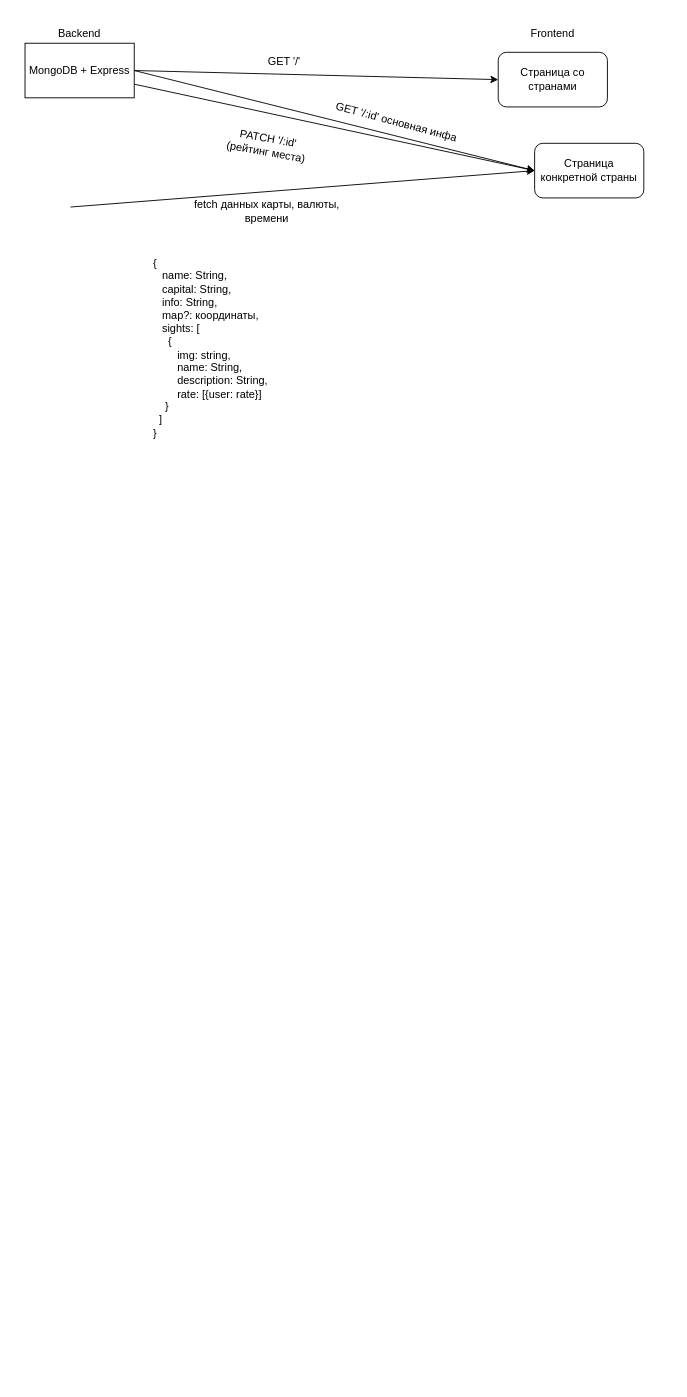
Earlier version of the draw.io diagram Untitled Diagram.drawio (vzabavski/test-backend). Source tidied: cells renumbered, new cells numbered last; positions are measured from the earlier drawing's top-left corner, leaving out a move shared by most shapes. Both pictures are drawn from the tidied source at 91%, with x=0, y=0 at pixel (25, 15).
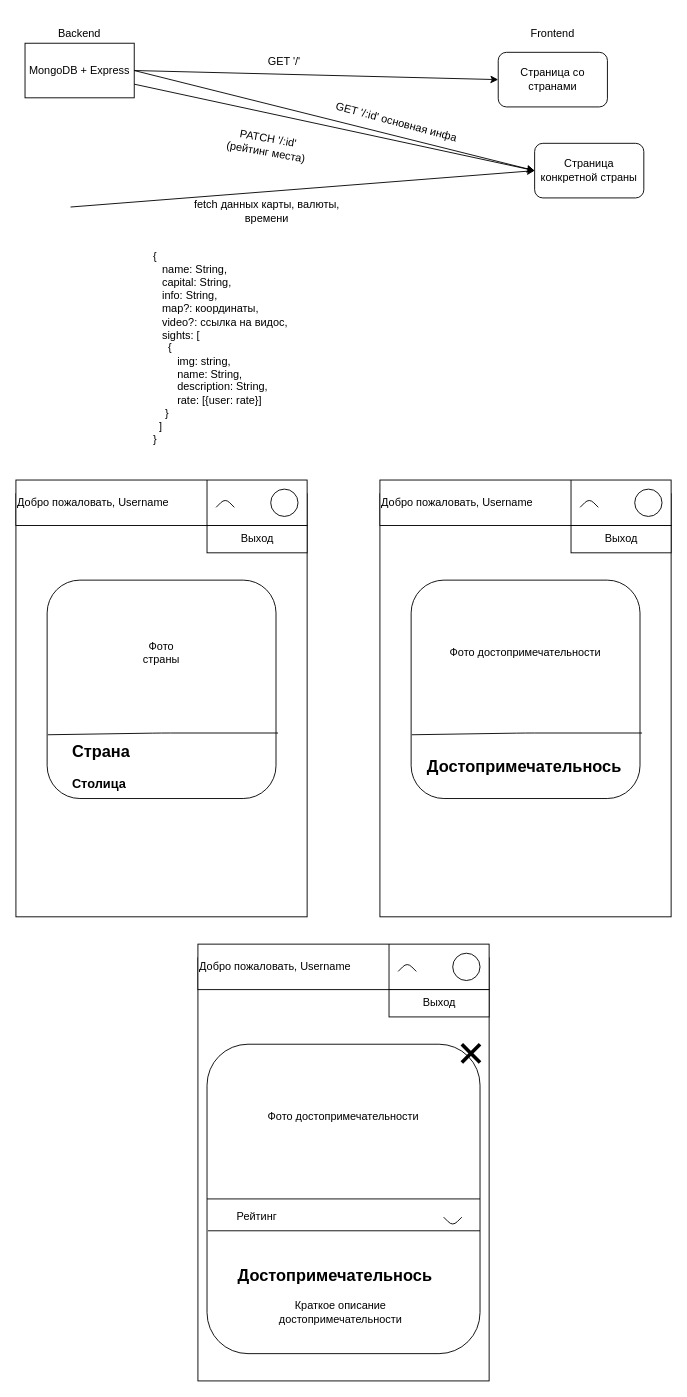
Above is the later version.

Diff of the diagram source:
```diff
@@
-    <mxCell id="15" value="&lt;div align=&quot;left&quot;&gt;{&lt;/div&gt;&lt;div align=&quot;left&quot;&gt;&amp;nbsp;&amp;nbsp; name: String,&lt;/div&gt;&lt;div align=&quot;left&quot;&gt;&amp;nbsp;&amp;nbsp; capital: String,&lt;/div&gt;&lt;div align=&quot;left&quot;&gt;&amp;nbsp;&amp;nbsp; info: String,&lt;/div&gt;&lt;div align=&quot;left&quot;&gt;&amp;nbsp;&amp;nbsp; map?: координаты,&lt;/div&gt;&lt;div align=&quot;left&quot;&gt;&amp;nbsp;&amp;nbsp; sights: [&lt;/div&gt;&lt;div align=&quot;left&quot;&gt;&amp;nbsp;&amp;nbsp;&amp;nbsp;&amp;nbsp; {&lt;/div&gt;&lt;div align=&quot;left&quot;&gt;&amp;nbsp;&amp;nbsp;&amp;nbsp;&amp;nbsp;&amp;nbsp;&amp;nbsp;&amp;nbsp; img: string,&lt;/div&gt;&lt;div align=&quot;left&quot;&gt;&amp;nbsp;&amp;nbsp;&amp;nbsp;&amp;nbsp;&amp;nbsp;&amp;nbsp;&amp;nbsp; name: String,&lt;/div&gt;&lt;div align=&quot;left&quot;&gt;&amp;nbsp;&amp;nbsp;&amp;nbsp;&amp;nbsp;&amp;nbsp;&amp;nbsp;&amp;nbsp; description: String,&lt;/div&gt;&lt;div align=&quot;left&quot;&gt;&amp;nbsp;&amp;nbsp;&amp;nbsp;&amp;nbsp;&amp;nbsp;&amp;nbsp;&amp;nbsp; rate: [{user: rate}]&lt;br&gt;&lt;/div&gt;&lt;div align=&quot;left&quot;&gt;&amp;nbsp;&amp;nbsp;&amp;nbsp; }&lt;br&gt;&lt;/div&gt;&lt;div align=&quot;left&quot;&gt;&amp;nbsp; ]&lt;br&gt;&lt;/div&gt;&lt;div align=&quot;left&quot;&gt;}&lt;br&gt;&lt;/div&gt;" style="text;html=1;strokeColor=none;fillColor=none;align=left;verticalAlign=middle;whiteSpace=wrap;rounded=0;" parent="1" vertex="1">
+    <mxCell id="15" value="&lt;div align=&quot;left&quot;&gt;{&lt;/div&gt;&lt;div align=&quot;left&quot;&gt;&amp;nbsp;&amp;nbsp; name: String,&lt;/div&gt;&lt;div align=&quot;left&quot;&gt;&amp;nbsp;&amp;nbsp; capital: String,&lt;/div&gt;&lt;div align=&quot;left&quot;&gt;&amp;nbsp;&amp;nbsp; info: String,&lt;/div&gt;&lt;div align=&quot;left&quot;&gt;&amp;nbsp;&amp;nbsp; map?: координаты,&lt;/div&gt;&lt;div align=&quot;left&quot;&gt;&amp;nbsp;&amp;nbsp; video?: ссылка на видос, &lt;br&gt;&lt;/div&gt;&lt;div align=&quot;left&quot;&gt;&amp;nbsp;&amp;nbsp; sights: [&lt;/div&gt;&lt;div align=&quot;left&quot;&gt;&amp;nbsp;&amp;nbsp;&amp;nbsp;&amp;nbsp; {&lt;/div&gt;&lt;div align=&quot;left&quot;&gt;&amp;nbsp;&amp;nbsp;&amp;nbsp;&amp;nbsp;&amp;nbsp;&amp;nbsp;&amp;nbsp; img: string,&lt;/div&gt;&lt;div align=&quot;left&quot;&gt;&amp;nbsp;&amp;nbsp;&amp;nbsp;&amp;nbsp;&amp;nbsp;&amp;nbsp;&amp;nbsp; name: String,&lt;/div&gt;&lt;div align=&quot;left&quot;&gt;&amp;nbsp;&amp;nbsp;&amp;nbsp;&amp;nbsp;&amp;nbsp;&amp;nbsp;&amp;nbsp; description: String,&lt;/div&gt;&lt;div align=&quot;left&quot;&gt;&amp;nbsp;&amp;nbsp;&amp;nbsp;&amp;nbsp;&amp;nbsp;&amp;nbsp;&amp;nbsp; rate: [{user: rate}]&lt;br&gt;&lt;/div&gt;&lt;div align=&quot;left&quot;&gt;&amp;nbsp;&amp;nbsp;&amp;nbsp; }&lt;br&gt;&lt;/div&gt;&lt;div align=&quot;left&quot;&gt;&amp;nbsp; ]&lt;br&gt;&lt;/div&gt;&lt;div align=&quot;left&quot;&gt;}&lt;br&gt;&lt;/div&gt;" style="text;html=1;strokeColor=none;fillColor=none;align=left;verticalAlign=middle;whiteSpace=wrap;rounded=0;" parent="1" vertex="1">
       <mxGeometry x="138.5" y="260" width="441.5" height="210" as="geometry" />
     </mxCell>
+    <mxCell id="16" style="rounded=0;whiteSpace=wrap;html=1;" parent="1" vertex="1">
+      <mxGeometry x="-10" y="525" width="320" height="465" as="geometry" />
+    </mxCell>
+    <mxCell id="17" style="rounded=0;whiteSpace=wrap;html=1;" parent="1" vertex="1">
+      <mxGeometry x="-10" y="510" width="320" height="50" as="geometry" />
+    </mxCell>
+    <mxCell id="18" value="Добро пожаловать, Username" style="text;html=1;strokeColor=none;fillColor=none;align=center;verticalAlign=middle;whiteSpace=wrap;rounded=0;" parent="1" vertex="1">
+      <mxGeometry x="-10" y="525" width="170" height="20" as="geometry" />
+    </mxCell>
+    <mxCell id="19" style="rounded=0;whiteSpace=wrap;html=1;" parent="1" vertex="1">
+      <mxGeometry x="200" y="560" width="110" height="30" as="geometry" />
+    </mxCell>
+    <mxCell id="20" style="ellipse;whiteSpace=wrap;html=1;" parent="1" vertex="1">
+      <mxGeometry x="270" y="520" width="30" height="30" as="geometry" />
+    </mxCell>
+    <mxCell id="21" value="Выход" style="text;html=1;strokeColor=none;fillColor=none;align=center;verticalAlign=middle;whiteSpace=wrap;rounded=0;" parent="1" vertex="1">
+      <mxGeometry x="222.5" y="560" width="65" height="30" as="geometry" />
+    </mxCell>
+    <mxCell id="22" style="rounded=1;whiteSpace=wrap;html=1;" parent="1" vertex="1">
+      <mxGeometry x="24.3" y="620" width="251.5" height="240" as="geometry" />
+    </mxCell>
+    <mxCell id="23" style="endArrow=none;html=1;exitX=0.003;exitY=0.708;exitDx=0;exitDy=0;exitPerimeter=0;entryX=1.009;entryY=0.7;entryDx=0;entryDy=0;entryPerimeter=0;" parent="1" edge="1" source="22" target="22">
+      <mxGeometry relative="1" as="geometry">
+        <Array as="points">
+          <mxPoint x="150" y="788" />
+        </Array>
+      </mxGeometry>
+    </mxCell>
+    <mxCell id="24" value="&lt;div align=&quot;left&quot;&gt;&lt;h2&gt;Страна&lt;/h2&gt;&lt;div&gt;&lt;h3&gt;Столица&lt;/h3&gt;&lt;/div&gt;&lt;/div&gt;" style="text;html=1;strokeColor=none;fillColor=none;align=left;verticalAlign=middle;whiteSpace=wrap;rounded=0;" parent="1" vertex="1">
+      <mxGeometry x="50" y="800" width="160" height="50" as="geometry" />
+    </mxCell>
+    <mxCell id="25" value="Фото страны" style="text;html=1;strokeColor=none;fillColor=none;align=center;verticalAlign=middle;whiteSpace=wrap;rounded=0;" parent="1" vertex="1">
+      <mxGeometry x="120" y="680" width="60" height="40" as="geometry" />
+    </mxCell>
+    <mxCell id="26" style="endArrow=none;html=1;" parent="1" edge="1">
+      <mxGeometry relative="1" as="geometry">
+        <mxPoint x="210" y="540" as="sourcePoint" />
+        <mxPoint x="230" y="540" as="targetPoint" />
+        <Array as="points">
+          <mxPoint x="220" y="530" />
+        </Array>
+      </mxGeometry>
+    </mxCell>
+    <mxCell id="27" style="rounded=0;whiteSpace=wrap;html=1;" parent="1" vertex="1">
+      <mxGeometry x="390" y="525" width="320" height="465" as="geometry" />
+    </mxCell>
+    <mxCell id="28" style="rounded=0;whiteSpace=wrap;html=1;" parent="1" vertex="1">
+      <mxGeometry x="390" y="510" width="320" height="50" as="geometry" />
+    </mxCell>
+    <mxCell id="29" value="Добро пожаловать, Username" style="text;html=1;strokeColor=none;fillColor=none;align=center;verticalAlign=middle;whiteSpace=wrap;rounded=0;" parent="1" vertex="1">
+      <mxGeometry x="390" y="525" width="170" height="20" as="geometry" />
+    </mxCell>
+    <mxCell id="30" style="rounded=0;whiteSpace=wrap;html=1;" parent="1" vertex="1">
+      <mxGeometry x="600" y="560" width="110" height="30" as="geometry" />
+    </mxCell>
+    <mxCell id="31" style="ellipse;whiteSpace=wrap;html=1;" parent="1" vertex="1">
+      <mxGeometry x="670" y="520" width="30" height="30" as="geometry" />
+    </mxCell>
+    <mxCell id="32" value="Выход" style="text;html=1;strokeColor=none;fillColor=none;align=center;verticalAlign=middle;whiteSpace=wrap;rounded=0;" parent="1" vertex="1">
+      <mxGeometry x="622.5" y="560" width="65" height="30" as="geometry" />
+    </mxCell>
+    <mxCell id="33" style="rounded=1;whiteSpace=wrap;html=1;" parent="1" vertex="1">
+      <mxGeometry x="424.3" y="620" width="251.5" height="240" as="geometry" />
+    </mxCell>
+    <mxCell id="34" style="endArrow=none;html=1;exitX=0.003;exitY=0.708;exitDx=0;exitDy=0;exitPerimeter=0;entryX=1.009;entryY=0.7;entryDx=0;entryDy=0;entryPerimeter=0;" parent="1" edge="1" source="33" target="33">
+      <mxGeometry relative="1" as="geometry">
+        <Array as="points">
+          <mxPoint x="550" y="788" />
+        </Array>
+      </mxGeometry>
+    </mxCell>
+    <mxCell id="35" value="&lt;h2&gt;Достопримечательнось&lt;/h2&gt;" style="text;html=1;strokeColor=none;fillColor=none;align=left;verticalAlign=middle;whiteSpace=wrap;rounded=0;" parent="1" vertex="1">
+      <mxGeometry x="440" y="800" width="230" height="50" as="geometry" />
+    </mxCell>
+    <mxCell id="36" value="Фото достопримечательности" style="text;html=1;strokeColor=none;fillColor=none;align=center;verticalAlign=middle;whiteSpace=wrap;rounded=0;" parent="1" vertex="1">
+      <mxGeometry x="465" y="680" width="170" height="40" as="geometry" />
+    </mxCell>
+    <mxCell id="37" style="endArrow=none;html=1;" parent="1" edge="1">
+      <mxGeometry relative="1" as="geometry">
+        <mxPoint x="610" y="540" as="sourcePoint" />
+        <mxPoint x="630" y="540" as="targetPoint" />
+        <Array as="points">
+          <mxPoint x="620" y="530" />
+        </Array>
+      </mxGeometry>
+    </mxCell>
+    <mxCell id="38" style="endArrow=none;html=1;" parent="1" edge="1">
+      <mxGeometry relative="1" as="geometry">
+        <mxPoint x="200" y="560" as="sourcePoint" />
+        <mxPoint x="200" y="510" as="targetPoint" />
+      </mxGeometry>
+    </mxCell>
+    <mxCell id="39" style="endArrow=none;html=1;" parent="1" edge="1">
+      <mxGeometry relative="1" as="geometry">
+        <mxPoint x="600" y="560" as="sourcePoint" />
+        <mxPoint x="600" y="510" as="targetPoint" />
+      </mxGeometry>
+    </mxCell>
+    <mxCell id="40" style="rounded=0;whiteSpace=wrap;html=1;" parent="1" vertex="1">
+      <mxGeometry x="190" y="1035" width="320" height="465" as="geometry" />
+    </mxCell>
+    <mxCell id="41" style="rounded=0;whiteSpace=wrap;html=1;" parent="1" vertex="1">
+      <mxGeometry x="190" y="1020" width="320" height="50" as="geometry" />
+    </mxCell>
+    <mxCell id="42" value="Добро пожаловать, Username" style="text;html=1;strokeColor=none;fillColor=none;align=center;verticalAlign=middle;whiteSpace=wrap;rounded=0;" parent="1" vertex="1">
+      <mxGeometry x="190" y="1035" width="170" height="20" as="geometry" />
+    </mxCell>
+    <mxCell id="43" style="rounded=0;whiteSpace=wrap;html=1;" parent="1" vertex="1">
+      <mxGeometry x="400" y="1070" width="110" height="30" as="geometry" />
+    </mxCell>
+    <mxCell id="44" style="ellipse;whiteSpace=wrap;html=1;" parent="1" vertex="1">
+      <mxGeometry x="470" y="1030" width="30" height="30" as="geometry" />
+    </mxCell>
+    <mxCell id="45" value="Выход" style="text;html=1;strokeColor=none;fillColor=none;align=center;verticalAlign=middle;whiteSpace=wrap;rounded=0;" parent="1" vertex="1">
+      <mxGeometry x="422.5" y="1070" width="65" height="30" as="geometry" />
+    </mxCell>
+    <mxCell id="46" style="rounded=1;whiteSpace=wrap;html=1;" parent="1" vertex="1">
+      <mxGeometry x="200" y="1130" width="300" height="340" as="geometry" />
+    </mxCell>
+    <mxCell id="47" style="endArrow=none;html=1;entryX=1;entryY=0.5;entryDx=0;entryDy=0;exitX=0;exitY=0.5;exitDx=0;exitDy=0;" parent="1" edge="1" source="46" target="46">
+      <mxGeometry relative="1" as="geometry" />
+    </mxCell>
+    <mxCell id="48" value="&lt;h2&gt;Достопримечательнось&lt;/h2&gt;" style="text;html=1;strokeColor=none;fillColor=none;align=left;verticalAlign=middle;whiteSpace=wrap;rounded=0;" parent="1" vertex="1">
+      <mxGeometry x="232.3" y="1360" width="230" height="50" as="geometry" />
+    </mxCell>
+    <mxCell id="49" value="Фото достопримечательности" style="text;html=1;strokeColor=none;fillColor=none;align=center;verticalAlign=middle;whiteSpace=wrap;rounded=0;" parent="1" vertex="1">
+      <mxGeometry x="265" y="1190" width="170" height="40" as="geometry" />
+    </mxCell>
+    <mxCell id="50" style="endArrow=none;html=1;" parent="1" edge="1">
+      <mxGeometry relative="1" as="geometry">
+        <mxPoint x="410" y="1050" as="sourcePoint" />
+        <mxPoint x="430" y="1050" as="targetPoint" />
+        <Array as="points">
+          <mxPoint x="420" y="1040" />
+        </Array>
+      </mxGeometry>
+    </mxCell>
+    <mxCell id="51" style="endArrow=none;html=1;" parent="1" edge="1">
+      <mxGeometry relative="1" as="geometry">
+        <mxPoint x="400" y="1070" as="sourcePoint" />
+        <mxPoint x="400" y="1020" as="targetPoint" />
+      </mxGeometry>
+    </mxCell>
+    <mxCell id="52" value="Краткое описание достопримечательности" style="text;html=1;strokeColor=none;fillColor=none;align=center;verticalAlign=middle;whiteSpace=wrap;rounded=0;" parent="1" vertex="1">
+      <mxGeometry x="272.1" y="1400" width="150.4" height="50" as="geometry" />
+    </mxCell>
+    <mxCell id="53" style="endArrow=none;html=1;strokeWidth=4;" parent="1" edge="1">
+      <mxGeometry relative="1" as="geometry">
+        <mxPoint x="480" y="1150" as="sourcePoint" />
+        <mxPoint x="500" y="1130" as="targetPoint" />
+      </mxGeometry>
+    </mxCell>
+    <mxCell id="54" style="endArrow=none;html=1;strokeWidth=4;" parent="1" edge="1">
+      <mxGeometry relative="1" as="geometry">
+        <mxPoint x="480" y="1130" as="sourcePoint" />
+        <mxPoint x="500" y="1150" as="targetPoint" />
+      </mxGeometry>
+    </mxCell>
+    <mxCell id="55" style="endArrow=none;html=1;strokeWidth=1;exitX=0.003;exitY=0.603;exitDx=0;exitDy=0;exitPerimeter=0;entryX=1;entryY=0.603;entryDx=0;entryDy=0;entryPerimeter=0;" parent="1" edge="1" source="46" target="46">
+      <mxGeometry relative="1" as="geometry" />
+    </mxCell>
+    <mxCell id="56" value="Рейтинг" style="text;html=1;strokeColor=none;fillColor=none;align=center;verticalAlign=middle;whiteSpace=wrap;rounded=0;" parent="1" vertex="1">
+      <mxGeometry x="200" y="1310" width="110" height="20" as="geometry" />
+    </mxCell>
+    <mxCell id="57" style="endArrow=none;html=1;strokeWidth=1;" parent="1" edge="1">
+      <mxGeometry relative="1" as="geometry">
+        <mxPoint x="460" y="1320" as="sourcePoint" />
+        <mxPoint x="480" y="1320" as="targetPoint" />
+        <Array as="points">
+          <mxPoint x="470" y="1330" />
+        </Array>
+      </mxGeometry>
+    </mxCell>
```
